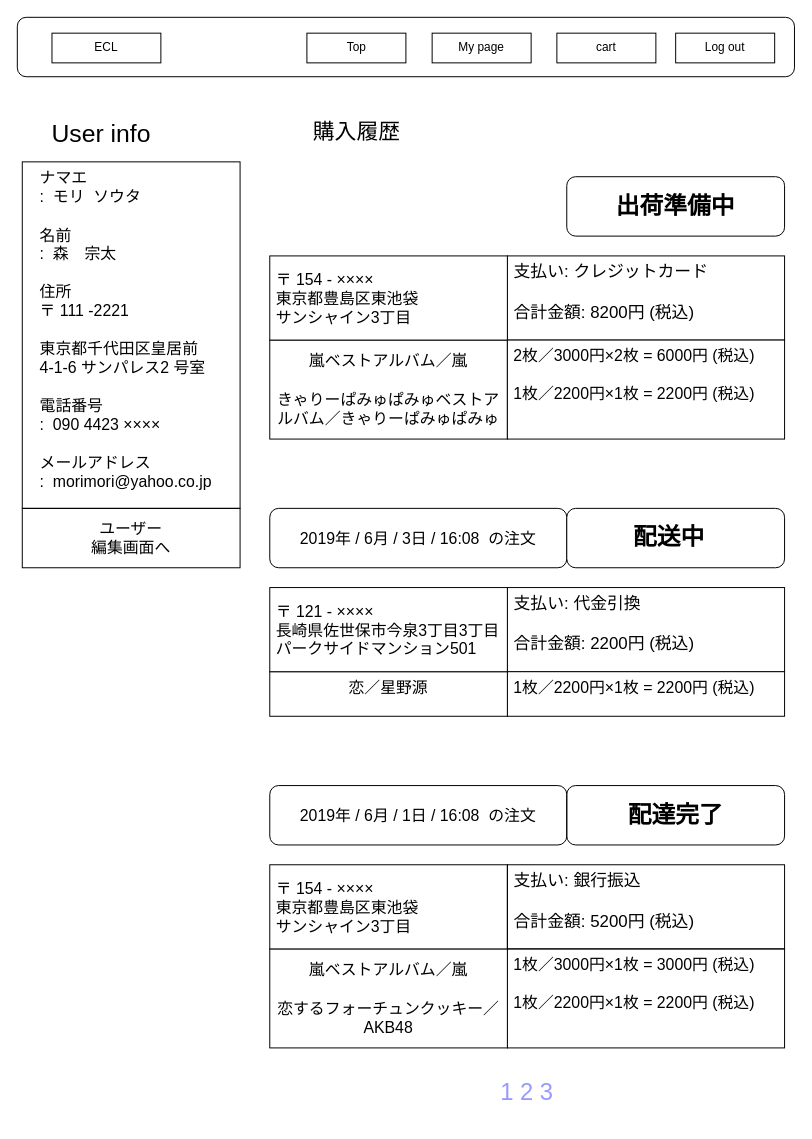
Earlier version of the draw.io diagram ワイヤーフレーム/user/user_mypage.drawio (ecl11/ECL). Source tidied: cells renumbered, new cells numbered last; positions are measured from the earlier drawing's top-left corner, leaving out a move shared by most shapes. Both pictures are drawn from the tidied source at 99%, with x=0, y=0 at pixel (17, 17).
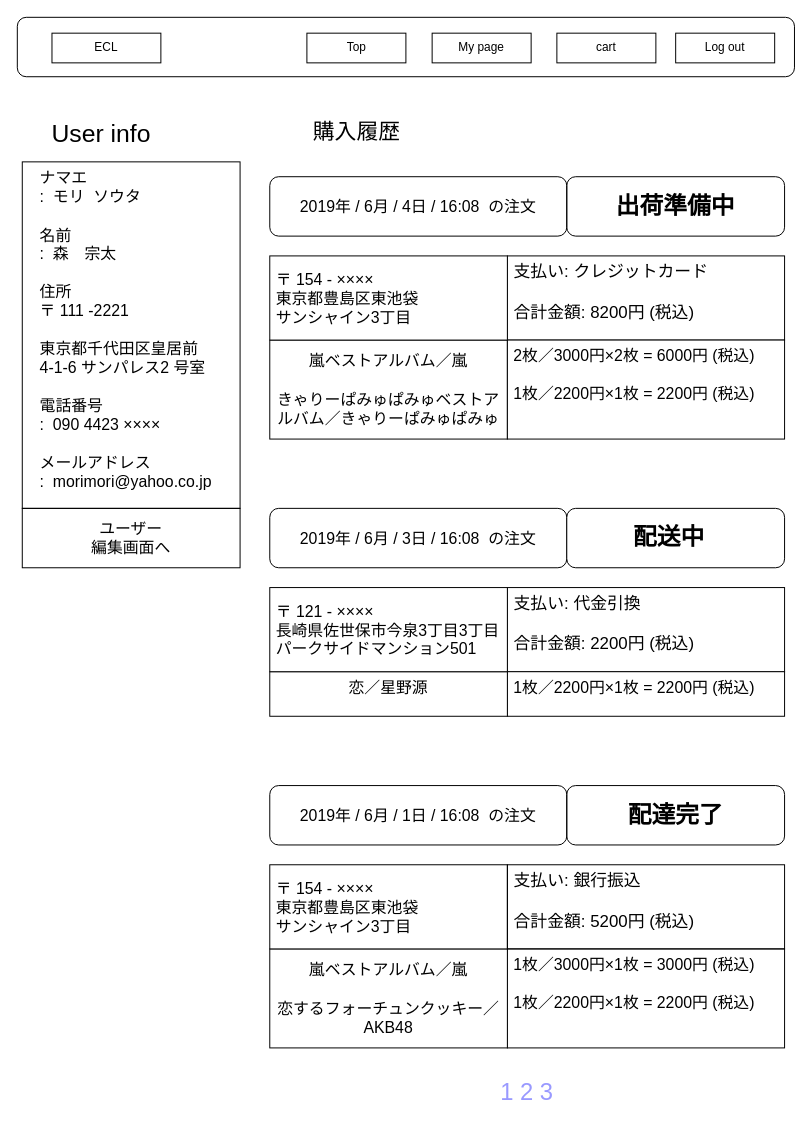
The same diagram, later.

Change to the diagram source:
```diff
@@
+    <mxCell id="30" value="2019年 / 6月 / 4日 / 16:08&amp;nbsp; の注文" style="rounded=1;whiteSpace=wrap;html=1;strokeColor=#000000;fillColor=none;fontSize=16;" parent="1" vertex="1">
+      <mxGeometry x="255" y="161" width="300" height="60" as="geometry" />
+    </mxCell>
```
